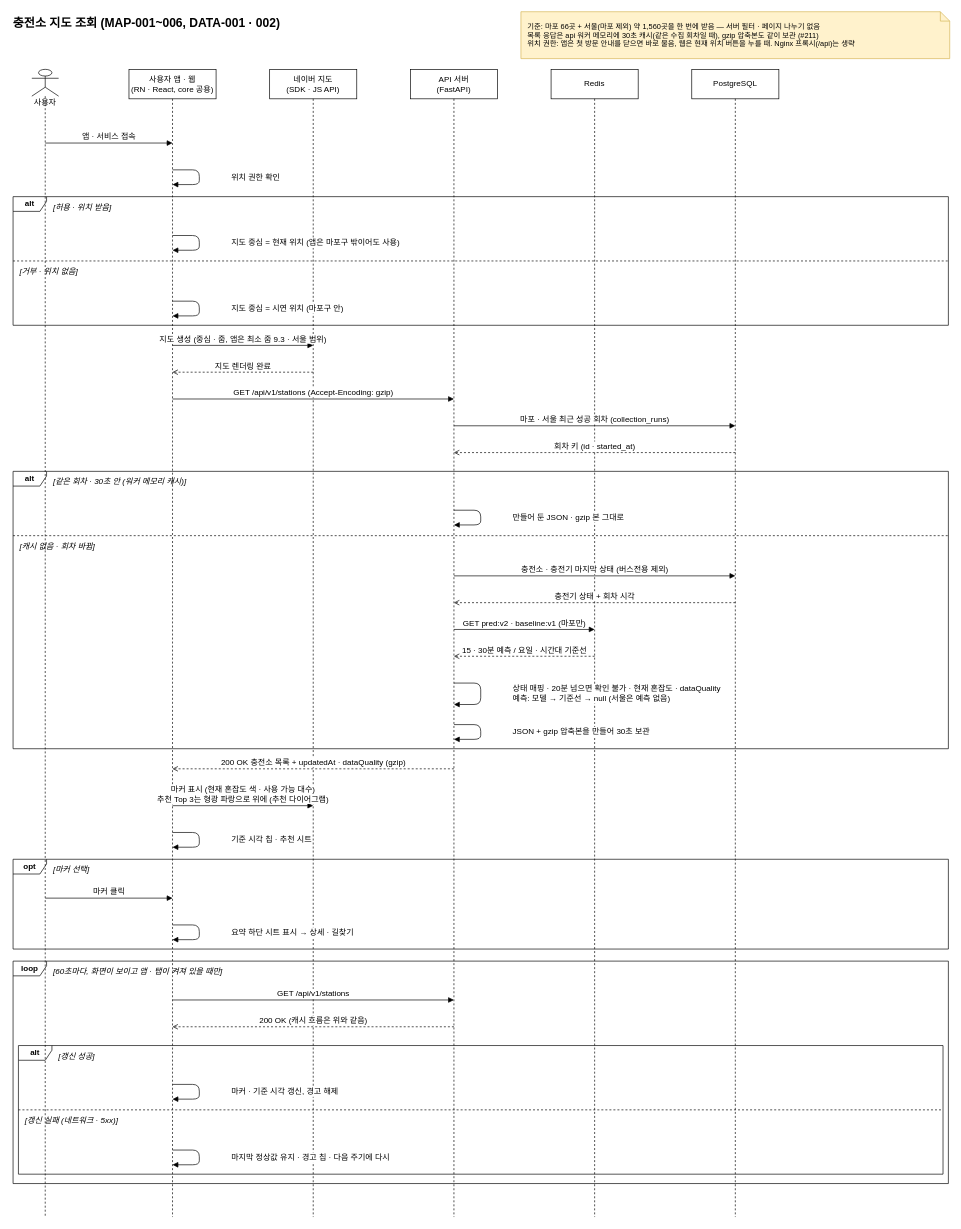
Before: docs/diagrams_new/sequence-충전소 지도 조회.drawio in 2026-Capstone4/ev-flow, a draw.io diagram. Source tidied: cells renumbered, new cells numbered last; positions are measured from the earlier drawing's top-left corner, leaving out a move shared by most shapes. Both pictures are drawn from the tidied source at 67%, with x=0, y=0 at pixel (11, 11).
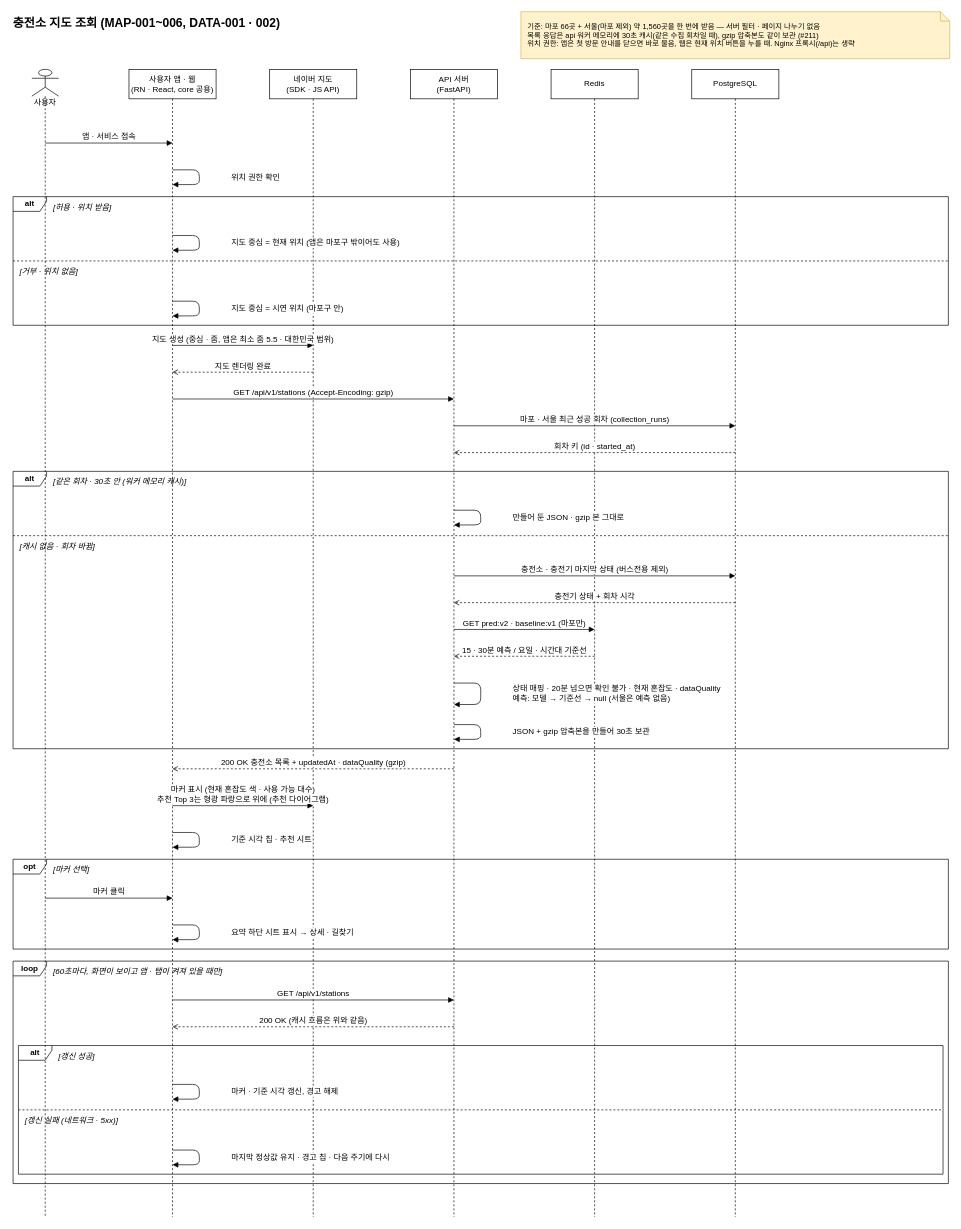
The same diagram, later.

What changed in the source:
```diff
@@
-    <mxCell id="22" value="지도 생성 (중심 · 줌, 앱은 최소 줌 9.3 · 서울 범위)" style="endArrow=block;endFill=1;html=1;verticalAlign=bottom;labelBackgroundColor=#ffffff;fontFamily=Pretendard;fontSize=12;" parent="1" edge="1">
+    <mxCell id="22" value="지도 생성 (중심 · 줌, 앱은 최소 줌 5.5 · 대한민국 범위)" style="endArrow=block;endFill=1;html=1;verticalAlign=bottom;labelBackgroundColor=#ffffff;fontFamily=Pretendard;fontSize=12;" parent="1" edge="1">
       <mxGeometry relative="1" as="geometry">
         <mxPoint x="240" y="498" as="sourcePoint" />
         <mxPoint x="450" y="498" as="targetPoint" />
       </mxGeometry>
     </mxCell>
```
